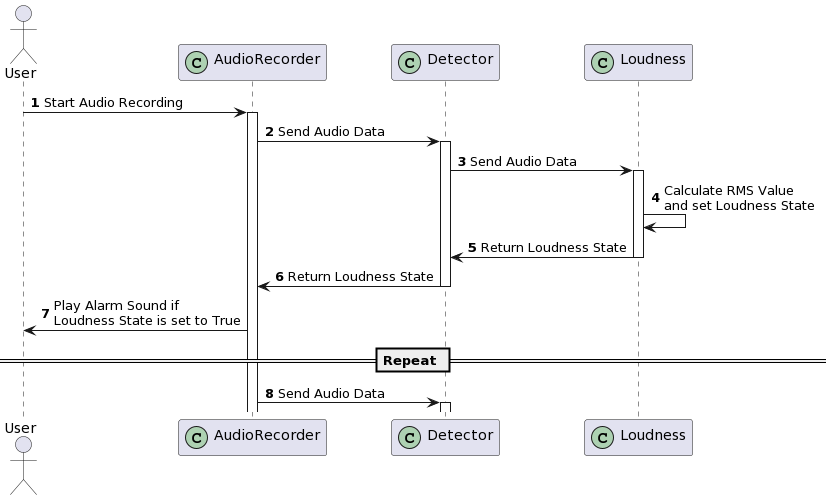
AndreaBe99/multimodal-interaction-project keeps this PlantUML diagram as reports/figures/sequence/sequence_diagram_audio.png. Above is the earlier version. Source of this version:
```plantuml
@startuml
actor User
participant AudioRecorder << (C,#ADD1B2) >>
participant Detector << (C,#ADD1B2) >>
participant Loudness << (C,#ADD1B2) >>

autonumber
User -> AudioRecorder: Start Audio Recording
Activate AudioRecorder

AudioRecorder -> Detector: Send Audio Data
Activate Detector

Detector -> Loudness: Send Audio Data
Activate Loudness

Loudness -> Loudness: Calculate RMS Value\nand set Loudness State

Loudness -> Detector: Return Loudness State
deactivate Loudness

Detector -> AudioRecorder: Return Loudness State
deactivate Detector

AudioRecorder -> User: Play Alarm Sound if\nLoudness State is set to True

== Repeat ==

AudioRecorder -> Detector: Send Audio Data
Activate Detector
@enduml
```
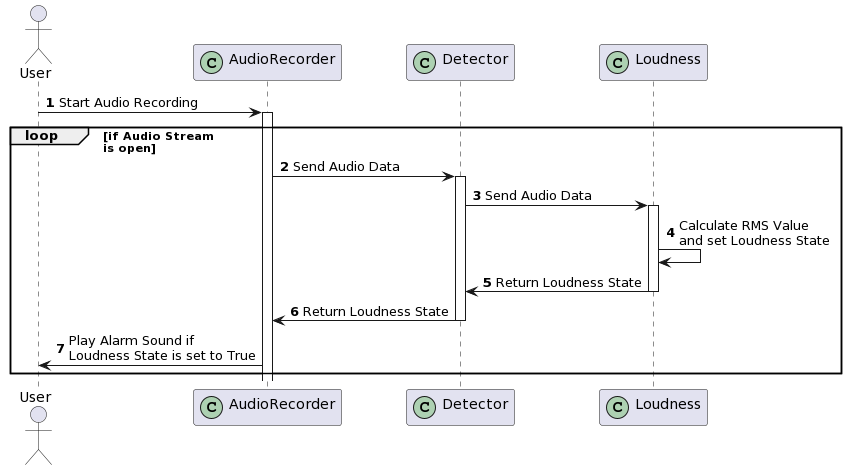
The same file after the commit.

Commit message:
DOCS: update sequence diagram with loop statement.

What changed in the source:
```diff
@@ -8,24 +8,22 @@
 User -> AudioRecorder: Start Audio Recording
 Activate AudioRecorder
 
-AudioRecorder -> Detector: Send Audio Data
-Activate Detector
+loop if Audio Stream\nis open
+    AudioRecorder -> Detector: Send Audio Data
+    Activate Detector
 
-Detector -> Loudness: Send Audio Data
-Activate Loudness
+    Detector -> Loudness: Send Audio Data
+    Activate Loudness
 
-Loudness -> Loudness: Calculate RMS Value\nand set Loudness State
+    Loudness -> Loudness: Calculate RMS Value\nand set Loudness State
 
-Loudness -> Detector: Return Loudness State
-deactivate Loudness
+    Loudness -> Detector: Return Loudness State
+    deactivate Loudness
 
-Detector -> AudioRecorder: Return Loudness State
-deactivate Detector
+    Detector -> AudioRecorder: Return Loudness State
+    deactivate Detector
 
-AudioRecorder -> User: Play Alarm Sound if\nLoudness State is set to True
+    AudioRecorder -> User: Play Alarm Sound if\nLoudness State is set to True
 
-== Repeat ==
-
-AudioRecorder -> Detector: Send Audio Data
-Activate Detector
+end
 @enduml
```
